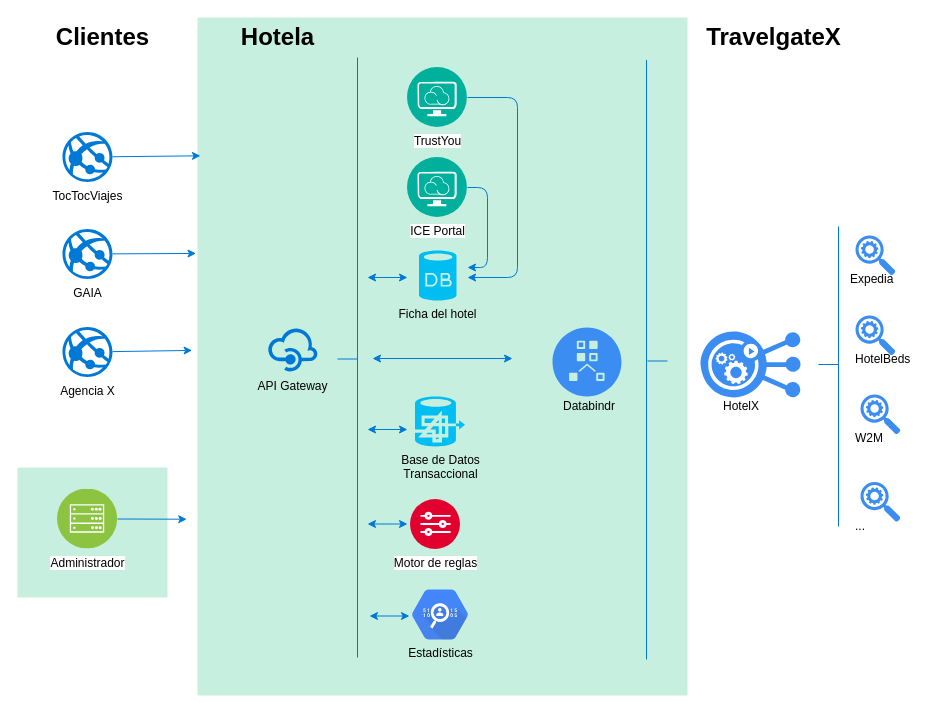
nan3co/crypto-twitter-bot keeps this draw.io diagram as page "TravelgateX" (1 of 4) of Untitled Diagram.drawio. Above is the earlier version. Source tidied: cells renumbered, new cells numbered last; positions are measured from the earlier drawing's top-left corner, leaving out a move shared by most shapes. Both pictures are drawn from the tidied source at 100%, with x=0, y=0 at pixel (17, 17).
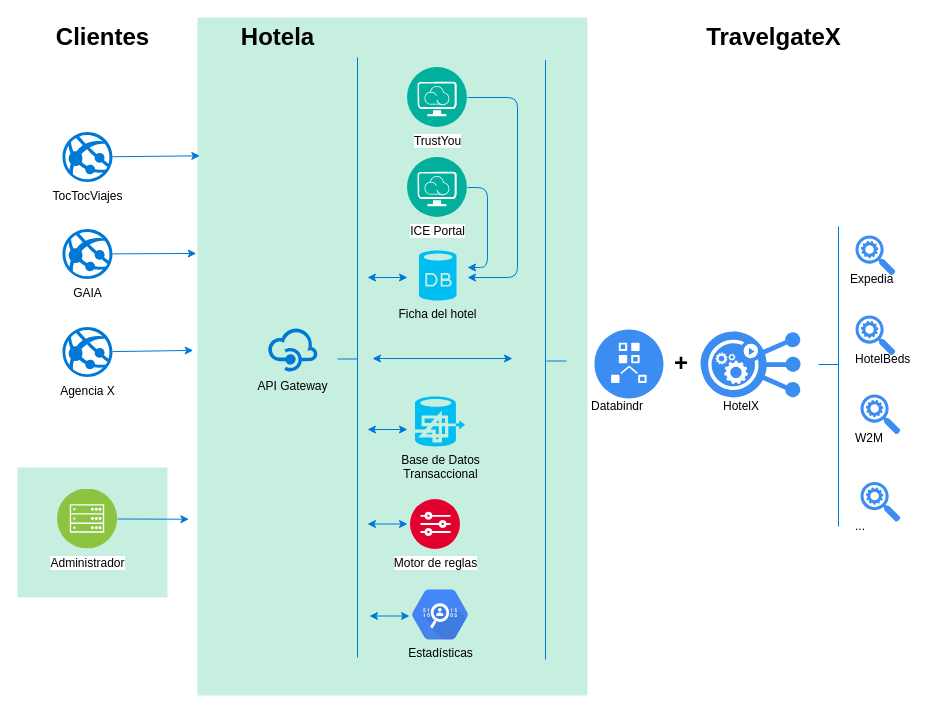
The same page after the edit.

The edit, as a diff of the source:
```diff
@@
     <mxCell id="3" style="points=[[0,0,0],[0.25,0,0],[0.5,0,0],[0.75,0,0],[1,0,0],[1,0.25,0],[1,0.5,0],[1,0.75,0],[1,1,0],[0.75,1,0],[0.5,1,0],[0.25,1,0],[0,1,0],[0,0.75,0],[0,0.5,0],[0,0.25,0]];rounded=1;absoluteArcSize=1;arcSize=2;html=1;strokeColor=none;gradientColor=none;shadow=0;dashed=0;fontSize=12;fontColor=#9E9E9E;align=left;verticalAlign=top;spacing=10;spacingTop=-4;fillColor=#C7EFDF;" parent="1" vertex="1">
-      <mxGeometry x="180" width="490" height="678" as="geometry" />
+      <mxGeometry x="180" width="390" height="678" as="geometry" />
     </mxCell>
@@
     <mxCell id="28" style="endArrow=none;html=1;strokeColor=#0079D6;" parent="1" edge="1">
       <mxGeometry relative="1" as="geometry">
-        <mxPoint x="629" y="642" as="sourcePoint" />
-        <mxPoint x="629" y="42.5" as="targetPoint" />
+        <mxPoint x="528" y="642" as="sourcePoint" />
+        <mxPoint x="528" y="42.5" as="targetPoint" />
       </mxGeometry>
     </mxCell>
     <mxCell id="29" style="endArrow=none;html=1;strokeColor=#0079D6;" parent="1" edge="1">
       <mxGeometry relative="1" as="geometry">
-        <mxPoint x="630" y="343.5" as="sourcePoint" />
-        <mxPoint x="650" y="343.5" as="targetPoint" />
+        <mxPoint x="529" y="343.5" as="sourcePoint" />
+        <mxPoint x="549" y="343.5" as="targetPoint" />
       </mxGeometry>
     </mxCell>
@@
     <mxCell id="45" style="html=1;strokeColor=none;shadow=0;align=center;verticalAlign=top;fillColor=#3B8DF1;shape=mxgraph.gcp2.admin_connected;" parent="1" vertex="1">
-      <mxGeometry x="535" y="310" width="69" height="69" as="geometry" />
+      <mxGeometry x="577" y="312" width="69" height="69" as="geometry" />
     </mxCell>
     <mxCell id="46" value="Databindr" style="text;html=1;align=left;verticalAlign=top;spacingTop=-4;" parent="1" vertex="1">
-      <mxGeometry x="544" y="379" width="70" height="20" as="geometry" />
+      <mxGeometry x="572" y="379" width="70" height="20" as="geometry" />
     </mxCell>
+    <mxCell id="47" value="&lt;b&gt;&lt;font style=&quot;font-size: 24px&quot;&gt;+&lt;/font&gt;&lt;/b&gt;" style="text;html=1;align=left;verticalAlign=top;spacingTop=-4;" parent="1" vertex="1">
+      <mxGeometry x="654.5" y="329" width="20" height="20" as="geometry" />
+    </mxCell>
```
